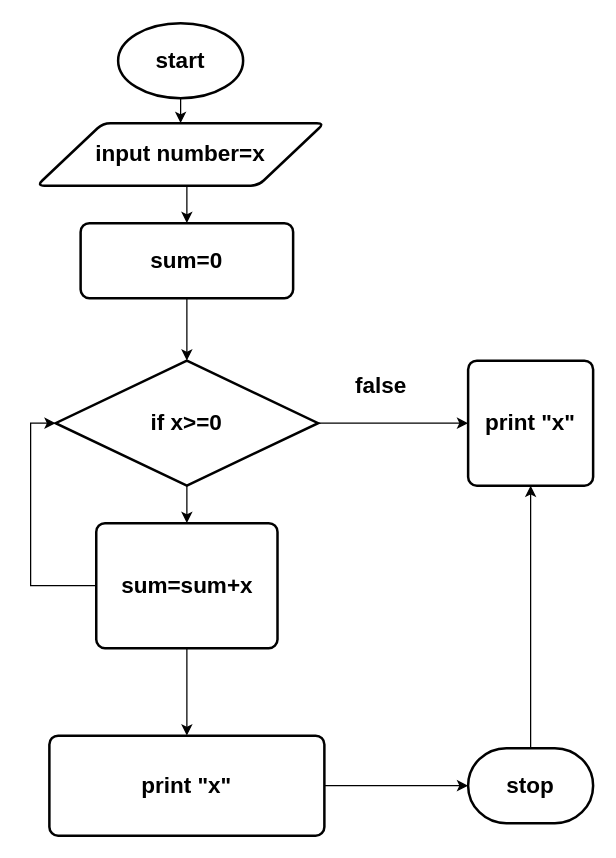
Before: build/Diagramme runining sum.drawio in essaoudi01/drawio-desktop, a draw.io diagram. Source tidied: cells renumbered, new cells numbered last; positions are measured from the earlier drawing's top-left corner, leaving out a move shared by most shapes. Both pictures are drawn from the tidied source at 125%, with x=0, y=0 at pixel (36, 22).
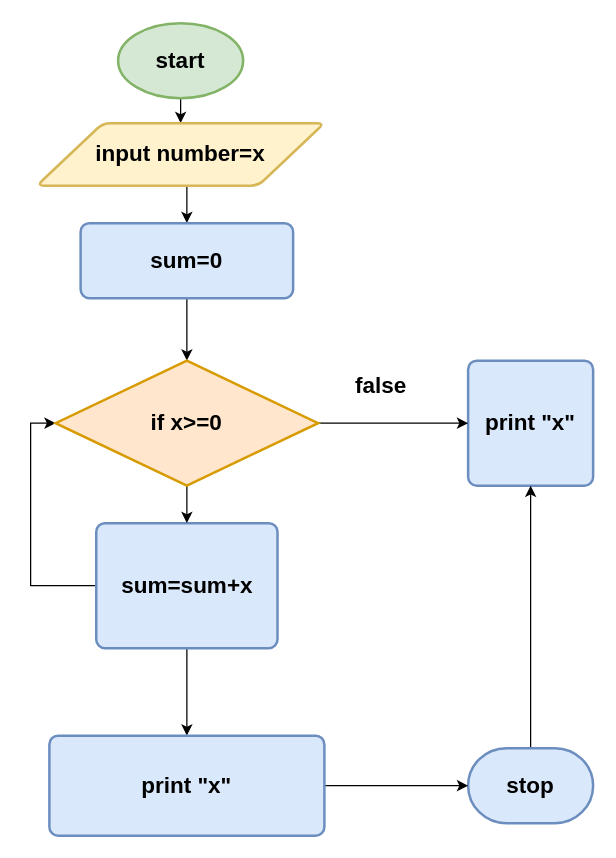
The same page after the edit.

Commit message (it also covers changes not shown here):
Mettre à jour Diagramme runining sum.drawio

The edit, as a diff of the source:
```diff
@@
 <mxGraphModel>
   <root>
     <mxCell id="0" />
     <mxCell id="1" parent="0" />
     <mxCell id="2" style="edgeStyle=orthogonalEdgeStyle;rounded=0;jettySize=auto;html=1;exitX=0.5;exitY=1;exitDx=0;exitDy=0;exitPerimeter=0;entryX=0.5;entryY=0;entryDx=0;entryDy=0;" parent="1" edge="1" source="3" target="5">
       <mxGeometry relative="1" as="geometry" />
     </mxCell>
-    <mxCell id="3" value="&lt;h2&gt;start&lt;/h2&gt;" style="strokeWidth=2;html=1;shape=mxgraph.flowchart.start_1;whiteSpace=wrap;" parent="1" vertex="1">
+    <mxCell id="3" value="&lt;h2&gt;start&lt;/h2&gt;" style="strokeWidth=2;html=1;shape=mxgraph.flowchart.start_1;whiteSpace=wrap;fillColor=#d5e8d4;strokeColor=#82b366;" parent="1" vertex="1">
       <mxGeometry x="65" width="100" height="60" as="geometry" />
     </mxCell>
     <mxCell id="4" style="edgeStyle=orthogonalEdgeStyle;rounded=0;jettySize=auto;html=1;exitX=0.5;exitY=1;exitDx=0;exitDy=0;entryX=0.5;entryY=0;entryDx=0;entryDy=0;" parent="1" edge="1" source="5" target="11">
       <mxGeometry relative="1" as="geometry" />
     </mxCell>
-    <mxCell id="5" value="&lt;h2&gt;input number=x&lt;/h2&gt;" style="shape=parallelogram;html=1;strokeWidth=2;perimeter=parallelogramPerimeter;whiteSpace=wrap;rounded=1;arcSize=12;size=0.23;" parent="1" vertex="1">
+    <mxCell id="5" value="&lt;h2&gt;input number=x&lt;/h2&gt;" style="shape=parallelogram;html=1;strokeWidth=2;perimeter=parallelogramPerimeter;whiteSpace=wrap;rounded=1;arcSize=12;size=0.23;fillColor=#fff2cc;strokeColor=#d6b656;" parent="1" vertex="1">
       <mxGeometry y="80" width="230" height="50" as="geometry" />
     </mxCell>
-    <mxCell id="6" value="&lt;h2&gt;print &quot;x&quot;&lt;/h2&gt;" style="rounded=1;whiteSpace=wrap;html=1;absoluteArcSize=1;arcSize=14;strokeWidth=2;" parent="1" vertex="1">
+    <mxCell id="6" value="&lt;h2&gt;print &quot;x&quot;&lt;/h2&gt;" style="rounded=1;whiteSpace=wrap;html=1;absoluteArcSize=1;arcSize=14;strokeWidth=2;fillColor=#dae8fc;strokeColor=#6c8ebf;" parent="1" vertex="1">
       <mxGeometry x="345" y="270" width="100" height="100" as="geometry" />
     </mxCell>
     <mxCell id="7" style="edgeStyle=orthogonalEdgeStyle;rounded=0;jettySize=auto;html=1;exitX=0.5;exitY=1;exitDx=0;exitDy=0;entryX=0.5;entryY=0;entryDx=0;entryDy=0;" parent="1" edge="1" source="9" target="19">
       <mxGeometry relative="1" as="geometry" />
     </mxCell>
     <mxCell id="8" style="edgeStyle=orthogonalEdgeStyle;rounded=0;jettySize=auto;html=1;exitX=0;exitY=0.5;exitDx=0;exitDy=0;entryX=0;entryY=0.5;entryDx=0;entryDy=0;entryPerimeter=0;" parent="1" edge="1" source="9" target="14">
       <mxGeometry relative="1" as="geometry" />
     </mxCell>
-    <mxCell id="9" value="&lt;h2&gt;sum=sum+x&lt;/h2&gt;" style="rounded=1;whiteSpace=wrap;html=1;absoluteArcSize=1;arcSize=14;strokeWidth=2;" parent="1" vertex="1">
+    <mxCell id="9" value="&lt;h2&gt;sum=sum+x&lt;/h2&gt;" style="rounded=1;whiteSpace=wrap;html=1;absoluteArcSize=1;arcSize=14;strokeWidth=2;fillColor=#dae8fc;strokeColor=#6c8ebf;" parent="1" vertex="1">
       <mxGeometry x="47.5" y="400" width="145" height="100" as="geometry" />
     </mxCell>
     <mxCell id="10" style="edgeStyle=orthogonalEdgeStyle;rounded=0;jettySize=auto;html=1;exitX=0.5;exitY=1;exitDx=0;exitDy=0;entryX=0.5;entryY=0;entryDx=0;entryDy=0;entryPerimeter=0;" parent="1" edge="1" source="11" target="14">
       <mxGeometry relative="1" as="geometry" />
     </mxCell>
-    <mxCell id="11" value="&lt;h2&gt;sum=0&lt;/h2&gt;" style="rounded=1;whiteSpace=wrap;html=1;absoluteArcSize=1;arcSize=14;strokeWidth=2;" parent="1" vertex="1">
+    <mxCell id="11" value="&lt;h2&gt;sum=0&lt;/h2&gt;" style="rounded=1;whiteSpace=wrap;html=1;absoluteArcSize=1;arcSize=14;strokeWidth=2;fillColor=#dae8fc;strokeColor=#6c8ebf;" parent="1" vertex="1">
       <mxGeometry x="35" y="160" width="170" height="60" as="geometry" />
     </mxCell>
     <mxCell id="12" style="edgeStyle=orthogonalEdgeStyle;rounded=0;jettySize=auto;html=1;exitX=1;exitY=0.5;exitDx=0;exitDy=0;exitPerimeter=0;entryX=0;entryY=0.5;entryDx=0;entryDy=0;" parent="1" edge="1" source="14" target="6">
       <mxGeometry relative="1" as="geometry" />
     </mxCell>
     <mxCell id="13" style="edgeStyle=orthogonalEdgeStyle;rounded=0;jettySize=auto;html=1;exitX=0.5;exitY=1;exitDx=0;exitDy=0;exitPerimeter=0;" parent="1" edge="1" source="14" target="9">
       <mxGeometry relative="1" as="geometry" />
     </mxCell>
-    <mxCell id="14" value="&lt;h2&gt;if x&amp;gt;=0&lt;/h2&gt;" style="strokeWidth=2;html=1;shape=mxgraph.flowchart.decision;whiteSpace=wrap;" parent="1" vertex="1">
+    <mxCell id="14" value="&lt;h2&gt;if x&amp;gt;=0&lt;/h2&gt;" style="strokeWidth=2;html=1;shape=mxgraph.flowchart.decision;whiteSpace=wrap;fillColor=#ffe6cc;strokeColor=#d79b00;" parent="1" vertex="1">
       <mxGeometry x="15" y="270" width="210" height="100" as="geometry" />
     </mxCell>
     <mxCell id="15" value="&lt;h2&gt;false&lt;/h2&gt;" style="text;html=1;align=center;verticalAlign=middle;strokeColor=none;fillColor=none;" parent="1" vertex="1">
       <mxGeometry x="245" y="260" width="60" height="60" as="geometry" />
     </mxCell>
     <mxCell id="16" style="edgeStyle=orthogonalEdgeStyle;rounded=0;jettySize=auto;html=1;exitX=0.5;exitY=0;exitDx=0;exitDy=0;exitPerimeter=0;entryX=0.5;entryY=1;entryDx=0;entryDy=0;" parent="1" edge="1" source="17" target="6">
       <mxGeometry relative="1" as="geometry" />
     </mxCell>
-    <mxCell id="17" value="&lt;h2&gt;stop&lt;/h2&gt;" style="strokeWidth=2;html=1;shape=mxgraph.flowchart.terminator;whiteSpace=wrap;direction=east;" parent="1" vertex="1">
+    <mxCell id="17" value="&lt;h2&gt;stop&lt;/h2&gt;" style="strokeWidth=2;html=1;shape=mxgraph.flowchart.terminator;whiteSpace=wrap;direction=east;fillColor=#dae8fc;strokeColor=#6c8ebf;" parent="1" vertex="1">
       <mxGeometry x="345" y="580" width="100" height="60" as="geometry" />
     </mxCell>
     <mxCell id="18" style="edgeStyle=orthogonalEdgeStyle;rounded=0;jettySize=auto;html=1;exitX=1;exitY=0.5;exitDx=0;exitDy=0;entryX=0;entryY=0.5;entryDx=0;entryDy=0;entryPerimeter=0;" parent="1" edge="1" source="19" target="17">
       <mxGeometry relative="1" as="geometry" />
     </mxCell>
-    <mxCell id="19" value="&lt;h2&gt;print &quot;x&quot;&lt;/h2&gt;" style="rounded=1;whiteSpace=wrap;html=1;absoluteArcSize=1;arcSize=14;strokeWidth=2;" parent="1" vertex="1">
+    <mxCell id="19" value="&lt;h2&gt;print &quot;x&quot;&lt;/h2&gt;" style="rounded=1;whiteSpace=wrap;html=1;absoluteArcSize=1;arcSize=14;strokeWidth=2;fillColor=#dae8fc;strokeColor=#6c8ebf;" parent="1" vertex="1">
       <mxGeometry x="10" y="570" width="220" height="80" as="geometry" />
     </mxCell>
   </root>
 </mxGraphModel>
```
